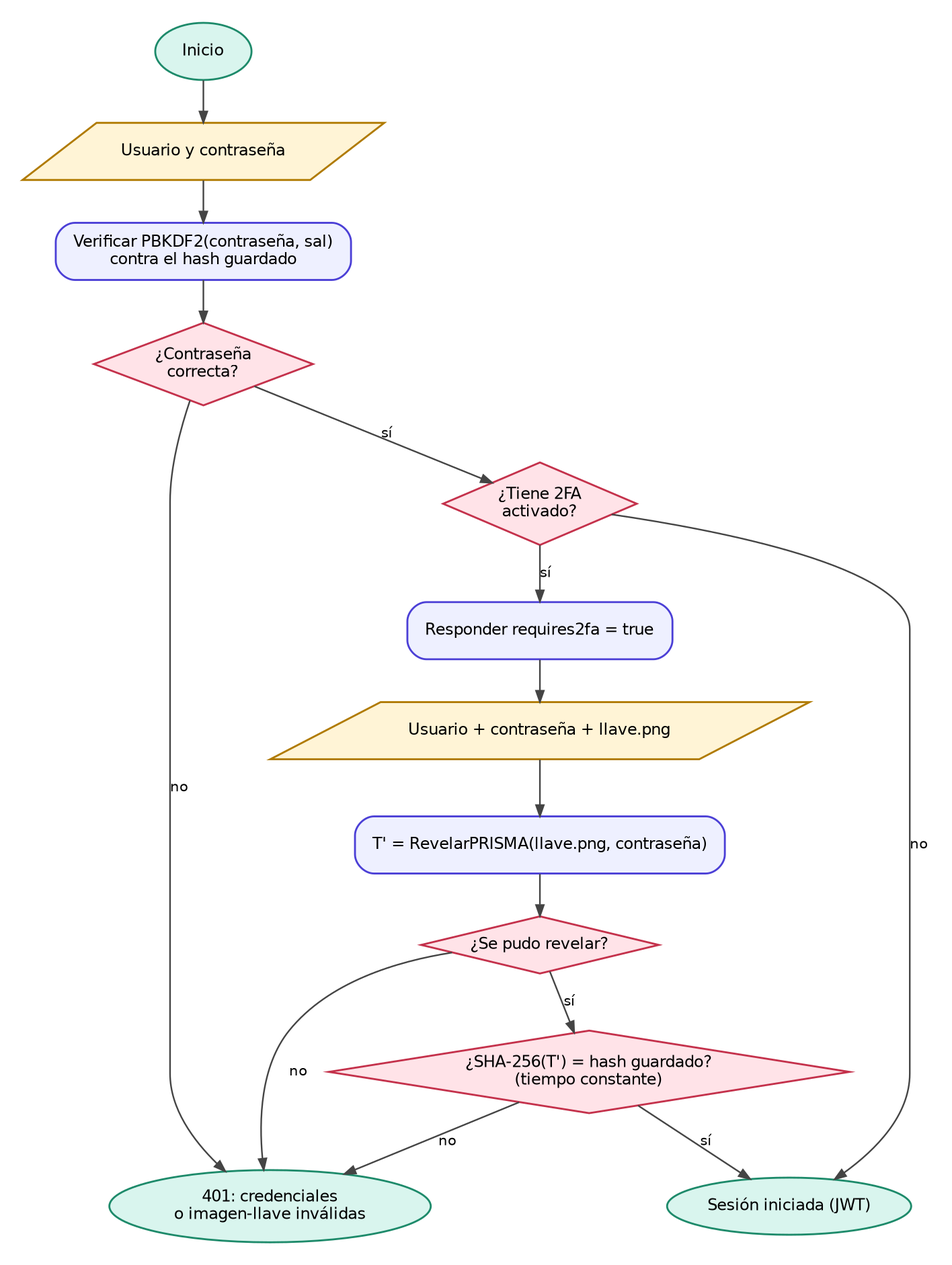
Above: Examen_Prisma/docs/diagramas/png/login_2fa.png in yaelrdf/Virologia_Criptografia_UPIICSA (Graphviz), before the change. Its source is kept beside it as Examen_Prisma/docs/diagramas/login_2fa.dot. Source of this version:
```dot
digraph G { graph [fontname="DejaVu Sans", fontsize=11, nodesep=0.35, ranksep=0.35, pad=0.2, bgcolor="white"];
node [fontname="DejaVu Sans", fontsize=10, shape=box, style="rounded,filled", fillcolor="#eef0ff", color="#4b3fd6", penwidth=1.2, margin="0.15,0.07"];
edge [fontname="DejaVu Sans", fontsize=9, color="#444444", arrowsize=0.7];
  ini [label="Inicio", shape=oval, style=filled, fillcolor="#d9f5ee", color="#1d8a6a"]; ok [label="Sesión iniciada (JWT)", shape=oval, style=filled, fillcolor="#d9f5ee", color="#1d8a6a"]; no [label="401: credenciales\no imagen-llave inválidas", shape=oval, style=filled, fillcolor="#d9f5ee", color="#1d8a6a"];
  ent [label="Usuario y contraseña", shape=parallelogram, style=filled, fillcolor="#fff4d6", color="#b07a00"]; pw [label="Verificar PBKDF2(contraseña, sal)\ncontra el hash guardado"];
  q1 [label="¿Contraseña\ncorrecta?", shape=diamond, style=filled, fillcolor="#ffe3e8", color="#c4314b", margin="0.05,0.03"]; q2 [label="¿Tiene 2FA\nactivado?", shape=diamond, style=filled, fillcolor="#ffe3e8", color="#c4314b", margin="0.05,0.03"];
  req [label="Responder requires2fa = true"]; img [label="Usuario + contraseña + llave.png", shape=parallelogram, style=filled, fillcolor="#fff4d6", color="#b07a00"];
  rev [label="T' = RevelarPRISMA(llave.png, contraseña)"]; q3 [label="¿Se pudo revelar?", shape=diamond, style=filled, fillcolor="#ffe3e8", color="#c4314b", margin="0.05,0.03"];
  cmp [label="¿SHA-256(T') = hash guardado?\n(tiempo constante)", shape=diamond, style=filled, fillcolor="#ffe3e8", color="#c4314b", margin="0.05,0.03"];
  ini -> ent -> pw -> q1; q1 -> no [label="no"]; q1 -> q2 [label="sí"]; q2 -> ok [label="no"]; q2 -> req [label="sí"]; req -> img -> rev -> q3;
  q3 -> no [label="no"]; q3 -> cmp [label="sí"]; cmp -> ok [label="sí"]; cmp -> no [label="no"];
}
```
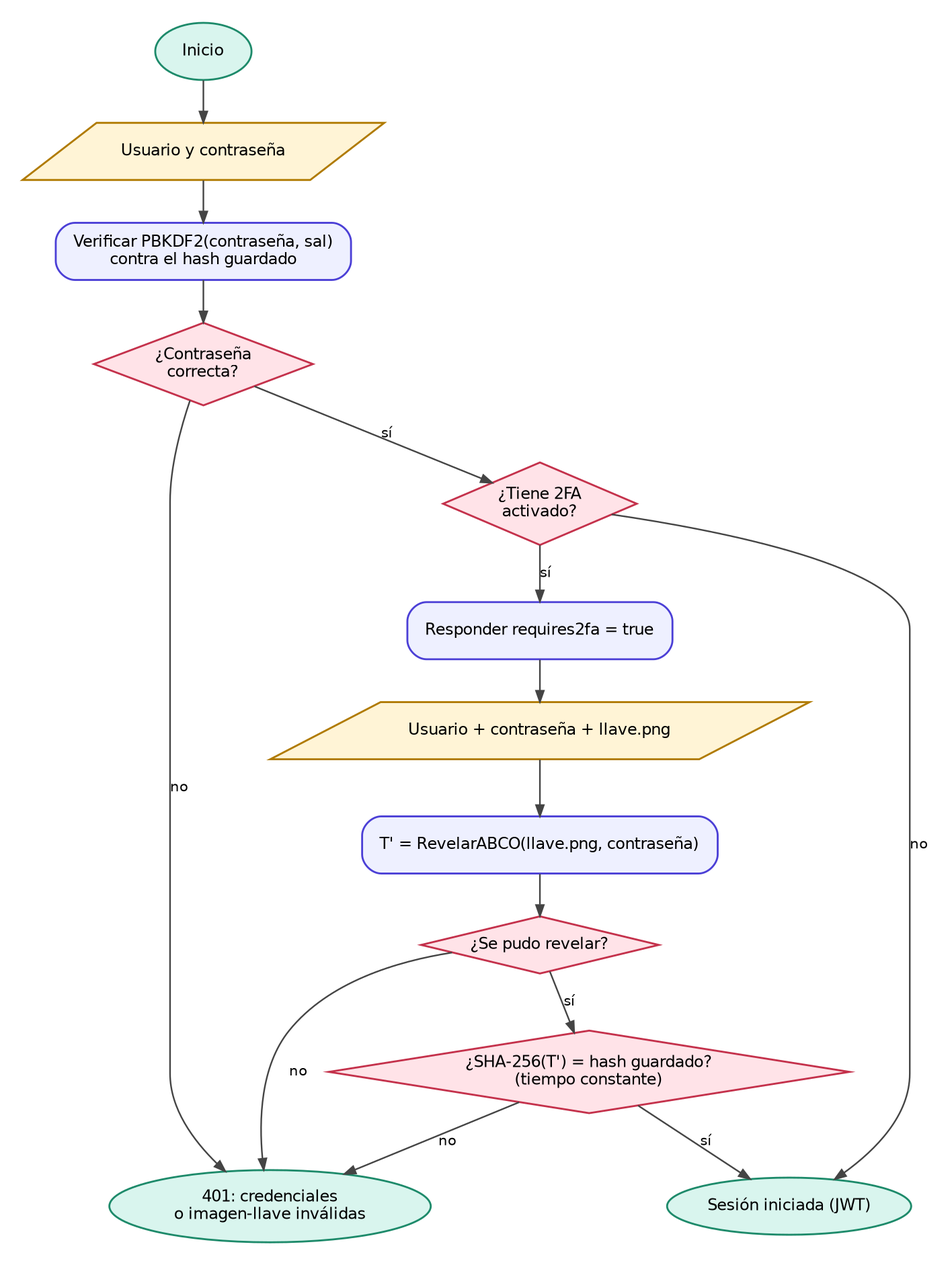
After the commit.

Diff of the diagram source:
```diff
@@ -5,7 +5,7 @@
   ent [label="Usuario y contraseña", shape=parallelogram, style=filled, fillcolor="#fff4d6", color="#b07a00"]; pw [label="Verificar PBKDF2(contraseña, sal)\ncontra el hash guardado"];
   q1 [label="¿Contraseña\ncorrecta?", shape=diamond, style=filled, fillcolor="#ffe3e8", color="#c4314b", margin="0.05,0.03"]; q2 [label="¿Tiene 2FA\nactivado?", shape=diamond, style=filled, fillcolor="#ffe3e8", color="#c4314b", margin="0.05,0.03"];
   req [label="Responder requires2fa = true"]; img [label="Usuario + contraseña + llave.png", shape=parallelogram, style=filled, fillcolor="#fff4d6", color="#b07a00"];
-  rev [label="T' = RevelarPRISMA(llave.png, contraseña)"]; q3 [label="¿Se pudo revelar?", shape=diamond, style=filled, fillcolor="#ffe3e8", color="#c4314b", margin="0.05,0.03"];
+  rev [label="T' = RevelarABCO(llave.png, contraseña)"]; q3 [label="¿Se pudo revelar?", shape=diamond, style=filled, fillcolor="#ffe3e8", color="#c4314b", margin="0.05,0.03"];
   cmp [label="¿SHA-256(T') = hash guardado?\n(tiempo constante)", shape=diamond, style=filled, fillcolor="#ffe3e8", color="#c4314b", margin="0.05,0.03"];
   ini -> ent -> pw -> q1; q1 -> no [label="no"]; q1 -> q2 [label="sí"]; q2 -> ok [label="no"]; q2 -> req [label="sí"]; req -> img -> rev -> q3;
   q3 -> no [label="no"]; q3 -> cmp [label="sí"]; cmp -> ok [label="sí"]; cmp -> no [label="no"];
```
